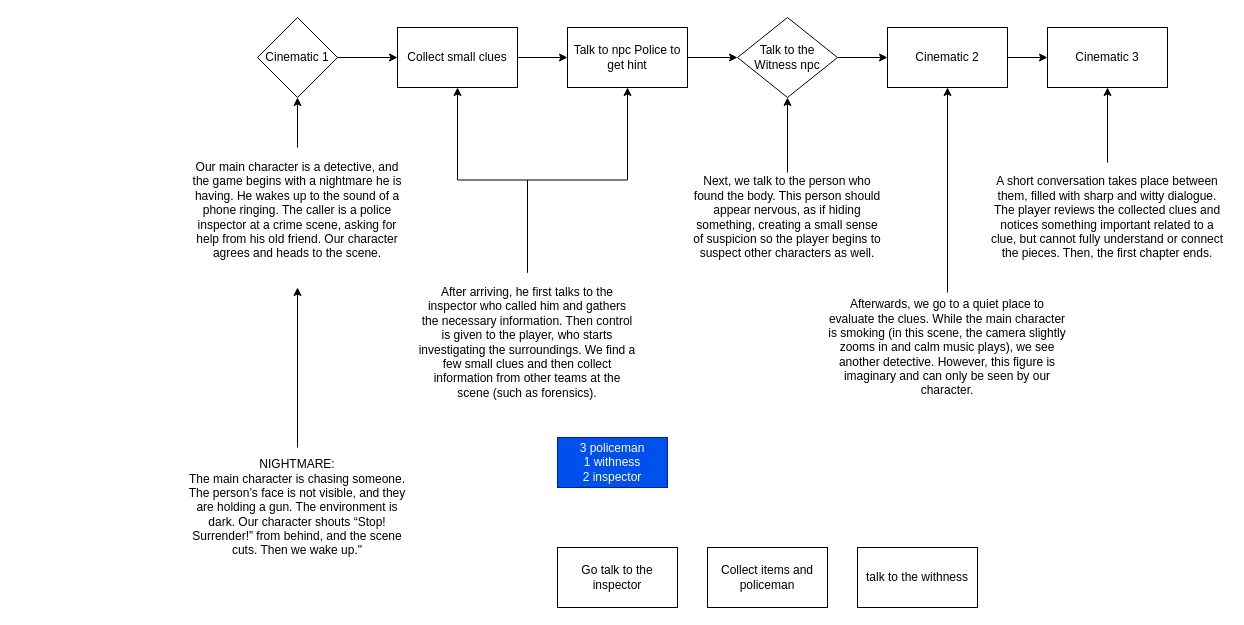
Yusuf003007/FIFTH-CASE keeps this draw.io diagram as Assets/Charts/Timeline Level 1.drawio. Above is the earlier version. Source tidied: cells renumbered, new cells numbered last; positions are measured from the earlier drawing's top-left corner, leaving out a move shared by most shapes. Both pictures are drawn from the tidied source at 100%, with x=0, y=0 at pixel (187, 17).
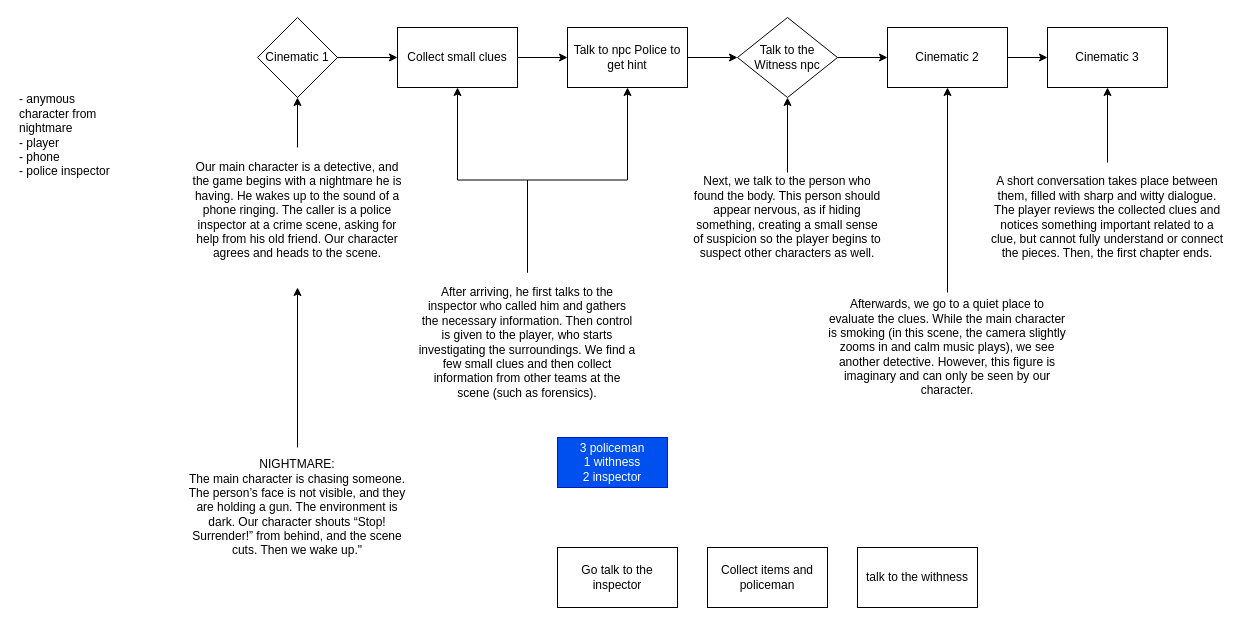
The same diagram, later.

What changed in the source:
```diff
@@
+    <mxCell id="30" value="&lt;div&gt;- anymous character from nightmare&lt;/div&gt;- player&lt;div&gt;- phone&lt;/div&gt;&lt;div&gt;- police inspector&lt;/div&gt;" style="text;html=1;align=left;verticalAlign=middle;whiteSpace=wrap;rounded=0;" parent="1" vertex="1">
+      <mxGeometry x="-170" y="60" width="100" height="115" as="geometry" />
+    </mxCell>
```
